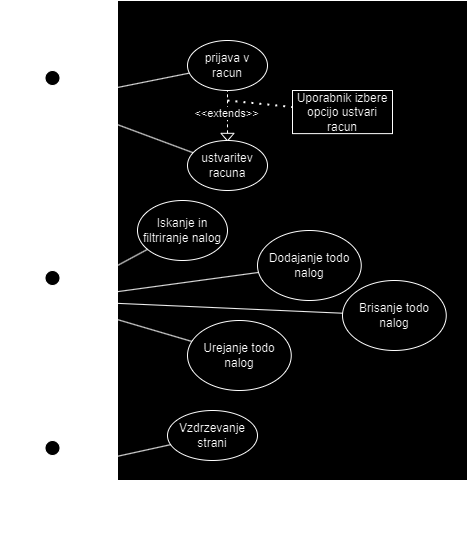
Above: DPURIS.png in yoru301/ToDo (draw.io), before the change. Source tidied: cells renumbered, new cells last; positions are measured from the earlier drawing's top-left corner, leaving out a move shared by most shapes.
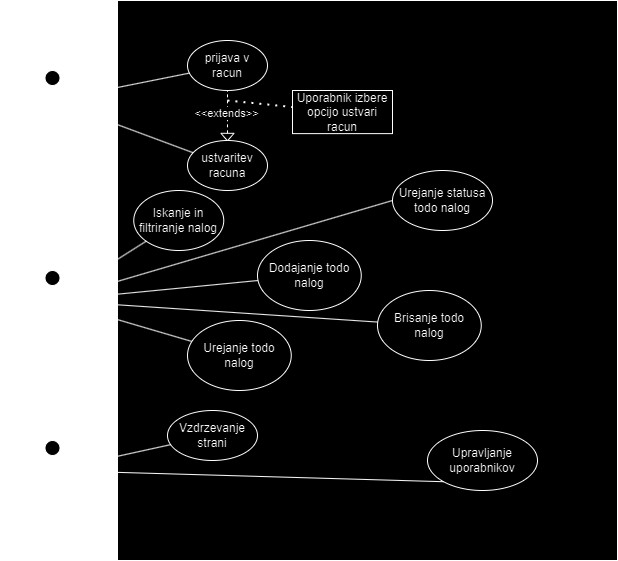
Above is the later version.

The edit, as a diff of the source:
```diff
@@ -3,7 +3,7 @@
     <mxCell id="0" />
     <mxCell id="1" parent="0" />
     <mxCell id="2" style="rounded=0;whiteSpace=wrap;html=1;" parent="1" vertex="1">
-      <mxGeometry x="80" width="350" height="480" as="geometry" />
+      <mxGeometry x="80" width="500" height="560" as="geometry" />
     </mxCell>
     <mxCell id="3" style="edgeStyle=orthogonalEdgeStyle;rounded=0;jettySize=auto;html=1;exitX=0.5;exitY=0;exitDx=0;exitDy=0;exitPerimeter=0;" parent="1" edge="1" source="5" target="4">
       <mxGeometry relative="1" as="geometry" />
@@ -49,16 +49,16 @@
       <mxGeometry x="255" y="90" width="100" height="43.1" as="geometry" />
     </mxCell>
     <mxCell id="16" value="Dodajanje todo nalog" style="ellipse;whiteSpace=wrap;html=1;" parent="1" vertex="1">
-      <mxGeometry x="220" y="230" width="103.8" height="70" as="geometry" />
+      <mxGeometry x="220" y="240" width="103.8" height="70" as="geometry" />
     </mxCell>
     <mxCell id="17" value="Urejanje todo nalog" style="ellipse;whiteSpace=wrap;html=1;" parent="1" vertex="1">
       <mxGeometry x="150" y="320" width="103.8" height="70" as="geometry" />
     </mxCell>
     <mxCell id="18" value="Brisanje todo nalog" style="ellipse;whiteSpace=wrap;html=1;" parent="1" vertex="1">
-      <mxGeometry x="305" y="280" width="103.8" height="70" as="geometry" />
+      <mxGeometry x="340" y="290" width="103.8" height="70" as="geometry" />
     </mxCell>
     <mxCell id="19" value="Iskanje in filtriranje nalog" style="ellipse;whiteSpace=wrap;html=1;" parent="1" vertex="1">
-      <mxGeometry x="100" y="200" width="90" height="60" as="geometry" />
+      <mxGeometry x="96.2" y="190" width="90" height="60" as="geometry" />
     </mxCell>
     <mxCell id="20" style="endArrow=none;html=1;rounded=0;" parent="1" edge="1" source="5" target="16">
       <mxGeometry relative="1" as="geometry" />
@@ -84,5 +84,17 @@
     <mxCell id="27" style="endArrow=none;html=1;rounded=0;" parent="1" edge="1" source="24" target="26">
       <mxGeometry relative="1" as="geometry" />
     </mxCell>
+    <mxCell id="28" value="Upravljanje uporabnikov" style="ellipse;whiteSpace=wrap;html=1;" parent="1" vertex="1">
+      <mxGeometry x="390" y="430" width="110" height="60" as="geometry" />
+    </mxCell>
+    <mxCell id="29" style="endArrow=none;html=1;rounded=0;entryX=0;entryY=1;entryDx=0;entryDy=0;" parent="1" edge="1" source="24" target="28">
+      <mxGeometry relative="1" as="geometry" />
+    </mxCell>
+    <mxCell id="30" value="Urejanje statusa todo nalog" style="ellipse;whiteSpace=wrap;html=1;" parent="1" vertex="1">
+      <mxGeometry x="355" y="170" width="100" height="60" as="geometry" />
+    </mxCell>
+    <mxCell id="31" style="endArrow=none;html=1;rounded=0;entryX=0;entryY=0.5;entryDx=0;entryDy=0;" parent="1" edge="1" source="5" target="30">
+      <mxGeometry relative="1" as="geometry" />
+    </mxCell>
   </root>
 </mxGraphModel>
```
